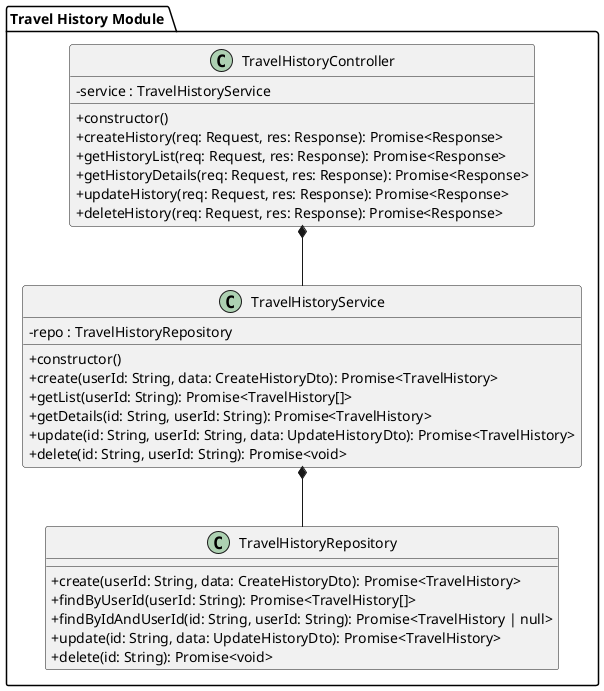
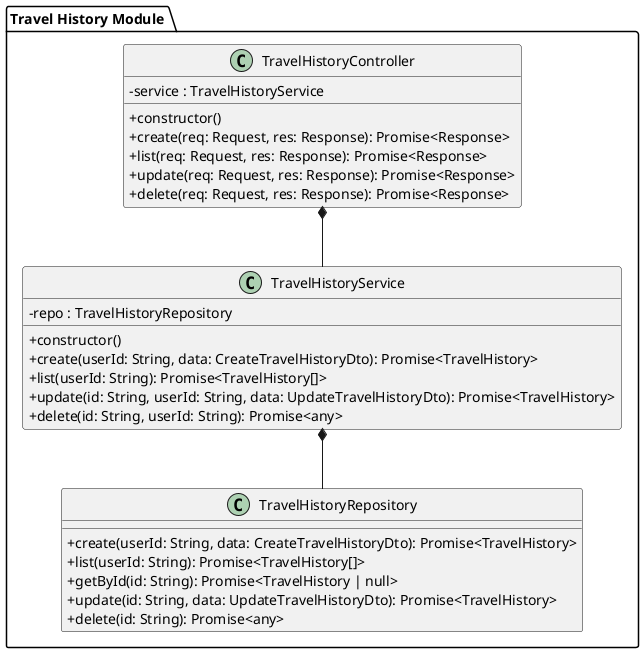
@startuml Class_TravelHistory

skinparam linetype ortho
skinparam classAttributeIconSize 0

package "Travel History Module " {

  class "TravelHistoryController" as TravelHistoryController {
    - service : TravelHistoryService
    + constructor()
-     + createHistory(req: Request, res: Response): Promise<Response>
-     + getHistoryList(req: Request, res: Response): Promise<Response>
-     + getHistoryDetails(req: Request, res: Response): Promise<Response>
-     + updateHistory(req: Request, res: Response): Promise<Response>
-     + deleteHistory(req: Request, res: Response): Promise<Response>
+     + create(req: Request, res: Response): Promise<Response>
+     + list(req: Request, res: Response): Promise<Response>
+     + update(req: Request, res: Response): Promise<Response>
+     + delete(req: Request, res: Response): Promise<Response>
  }

  class "TravelHistoryService" as TravelHistoryService {
    - repo : TravelHistoryRepository
    + constructor()
-     + create(userId: String, data: CreateHistoryDto): Promise<TravelHistory>
-     + getList(userId: String): Promise<TravelHistory[]>
-     + getDetails(id: String, userId: String): Promise<TravelHistory>
-     + update(id: String, userId: String, data: UpdateHistoryDto): Promise<TravelHistory>
-     + delete(id: String, userId: String): Promise<void>
+     + create(userId: String, data: CreateTravelHistoryDto): Promise<TravelHistory>
+     + list(userId: String): Promise<TravelHistory[]>
+     + update(id: String, userId: String, data: UpdateTravelHistoryDto): Promise<TravelHistory>
+     + delete(id: String, userId: String): Promise<any>
  }

  class "TravelHistoryRepository" as TravelHistoryRepository {
-     + create(userId: String, data: CreateHistoryDto): Promise<TravelHistory>
-     + findByUserId(userId: String): Promise<TravelHistory[]>
-     + findByIdAndUserId(id: String, userId: String): Promise<TravelHistory | null>
-     + update(id: String, data: UpdateHistoryDto): Promise<TravelHistory>
-     + delete(id: String): Promise<void>
+     + create(userId: String, data: CreateTravelHistoryDto): Promise<TravelHistory>
+     + list(userId: String): Promise<TravelHistory[]>
+     + getById(id: String): Promise<TravelHistory | null>
+     + update(id: String, data: UpdateTravelHistoryDto): Promise<TravelHistory>
+     + delete(id: String): Promise<any>
  }
}

TravelHistoryController *-- TravelHistoryService
TravelHistoryService *-- TravelHistoryRepository

@enduml
